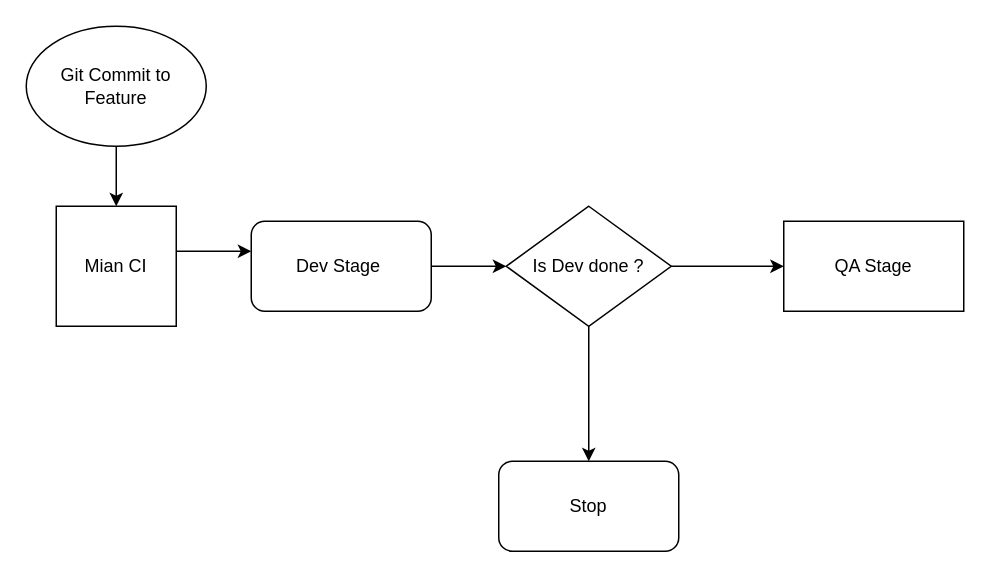
Above: Untitled Diagram.drawio in saattili/saattili (draw.io), before the change. Source tidied: cells renumbered, new cells numbered last; positions are measured from the earlier drawing's top-left corner, leaving out a move shared by most shapes. Both pictures are drawn from the tidied source at 150%, with x=0, y=0 at pixel (26, 26).
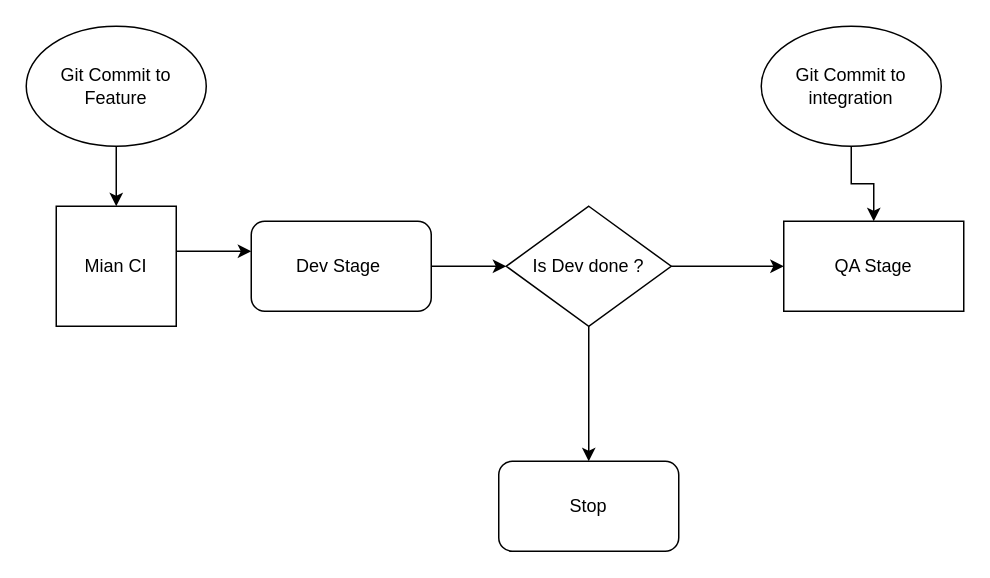
After the change.

Commit message:
added git sequence

The edit, as a diff of the source:
```diff
@@
 <mxGraphModel>
   <root>
     <mxCell id="0" />
     <mxCell id="1" parent="0" />
     <mxCell id="2" value="Mian CI" style="whiteSpace=wrap;html=1;" parent="1" vertex="1">
       <mxGeometry x="20" y="120" width="80" height="80" as="geometry" />
     </mxCell>
     <mxCell id="3" style="edgeStyle=orthogonalEdgeStyle;rounded=0;jettySize=auto;html=1;" parent="1" edge="1" source="4" target="7">
       <mxGeometry relative="1" as="geometry" />
     </mxCell>
     <mxCell id="4" value="Dev Stage&amp;nbsp;" style="rounded=1;whiteSpace=wrap;html=1;" parent="1" vertex="1">
       <mxGeometry x="150" y="130" width="120" height="60" as="geometry" />
     </mxCell>
     <mxCell id="5" style="edgeStyle=orthogonalEdgeStyle;rounded=0;jettySize=auto;html=1;" parent="1" edge="1" source="7" target="11">
       <mxGeometry relative="1" as="geometry" />
     </mxCell>
     <mxCell id="6" style="edgeStyle=orthogonalEdgeStyle;rounded=0;jettySize=auto;html=1;" parent="1" edge="1" source="7" target="12">
       <mxGeometry relative="1" as="geometry" />
     </mxCell>
     <mxCell id="7" value="Is Dev done ?" style="rhombus;whiteSpace=wrap;html=1;" parent="1" vertex="1">
       <mxGeometry x="320" y="120" width="110" height="80" as="geometry" />
     </mxCell>
     <mxCell id="8" value="Git Commit to Feature&lt;br&gt;" style="ellipse;whiteSpace=wrap;html=1;" parent="1" vertex="1">
       <mxGeometry width="120" height="80" as="geometry" />
     </mxCell>
     <mxCell id="9" style="endArrow=classic;html=1;rounded=0;exitX=0.5;exitY=1;exitDx=0;exitDy=0;entryX=0.5;entryY=0;entryDx=0;entryDy=0;" parent="1" edge="1" source="8" target="2">
       <mxGeometry relative="1" as="geometry" />
     </mxCell>
     <mxCell id="10" style="endArrow=classic;html=1;rounded=0;exitX=0.5;exitY=1;exitDx=0;exitDy=0;" parent="1" edge="1">
       <mxGeometry relative="1" as="geometry">
         <mxPoint x="100" y="150" as="sourcePoint" />
         <mxPoint x="150" y="150" as="targetPoint" />
       </mxGeometry>
     </mxCell>
     <mxCell id="11" value="Stop&lt;br&gt;" style="rounded=1;whiteSpace=wrap;html=1;" parent="1" vertex="1">
       <mxGeometry x="315" y="290" width="120" height="60" as="geometry" />
     </mxCell>
     <mxCell id="12" value="QA Stage" style="whiteSpace=wrap;html=1;" parent="1" vertex="1">
       <mxGeometry x="505" y="130" width="120" height="60" as="geometry" />
     </mxCell>
+    <mxCell id="13" style="edgeStyle=orthogonalEdgeStyle;rounded=0;jettySize=auto;html=1;" parent="1" edge="1" source="14" target="12">
+      <mxGeometry relative="1" as="geometry" />
+    </mxCell>
+    <mxCell id="14" value="Git Commit to integration" style="ellipse;whiteSpace=wrap;html=1;" parent="1" vertex="1">
+      <mxGeometry x="490" width="120" height="80" as="geometry" />
+    </mxCell>
   </root>
 </mxGraphModel>
```
